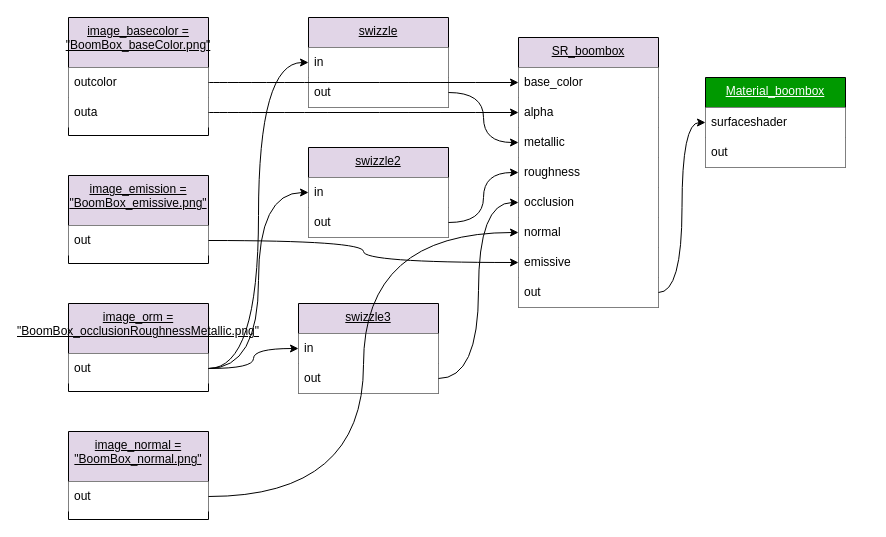
kwokcb/MaterialX_Learn keeps this draw.io diagram as resources/Materials/Examples/GltfPbr/gltf_pbr_boombox.drawio. Above is the earlier version. Source tidied: cells renumbered, new cells numbered last; positions are measured from the earlier drawing's top-left corner, leaving out a move shared by most shapes. Both pictures are drawn from the tidied source at 100%, with x=0, y=0 at pixel (68, 17).
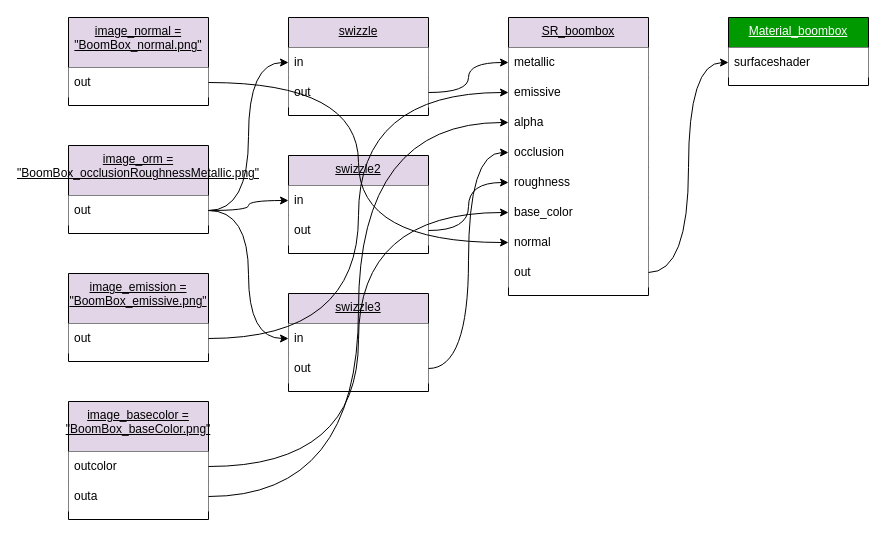
The same diagram, later.

The edit, as a diff of the source:
```diff
@@
     <mxCell id="2" value="image_basecolor = &quot;BoomBox_baseColor.png&quot;" style="swimlane;fontColor=#000;fillColor=#e1d5e7;fontStyle=4;align=center;verticalAlign=top;horizontal=1;startSize=50;html=1;whiteSpace=wrap;" parent="1" vertex="1">
-      <mxGeometry width="140" height="118" as="geometry" />
+      <mxGeometry y="384" width="140" height="118" as="geometry" />
     </mxCell>
@@
     <mxCell id="5" value="image_orm = &quot;BoomBox_occlusionRoughnessMetallic.png&quot;" style="swimlane;fontColor=#000;fillColor=#e1d5e7;fontStyle=4;align=center;verticalAlign=top;horizontal=1;startSize=50;html=1;whiteSpace=wrap;" parent="1" vertex="1">
-      <mxGeometry y="286" width="140" height="88" as="geometry" />
+      <mxGeometry y="128" width="140" height="88" as="geometry" />
     </mxCell>
-    <mxCell id="6" value="out" style="html=1;strokeColor=none;fontColor=#000;fillColor=#FFF;align=left;verticalAlign=middle;spacingLeft=4;spacingRight=4;points=[[0,0.5],[1,0.5]];whiteSpace=wrap;" parent="5" vertex="1">
-      <mxGeometry y="50" width="140" height="30" as="geometry" />
-    </mxCell>
+    <mxCell id="43" value="out" style="html=1;strokeColor=none;fontColor=#000;fillColor=#FFF;align=left;verticalAlign=middle;spacingLeft=4;spacingRight=4;points=[[0,0.5],[1,0.5]];whiteSpace=wrap;" parent="5" vertex="1">
+      <mxGeometry y="50" width="140" height="30" as="geometry" />
+    </mxCell>
     <mxCell id="7" value="image_normal = &quot;BoomBox_normal.png&quot;" style="swimlane;fontColor=#000;fillColor=#e1d5e7;fontStyle=4;align=center;verticalAlign=top;horizontal=1;startSize=50;html=1;whiteSpace=wrap;" parent="1" vertex="1">
-      <mxGeometry y="414" width="140" height="88" as="geometry" />
+      <mxGeometry width="140" height="88" as="geometry" />
     </mxCell>
-    <mxCell id="8" value="out" style="html=1;strokeColor=none;fontColor=#000;fillColor=#FFF;align=left;verticalAlign=middle;spacingLeft=4;spacingRight=4;points=[[0,0.5],[1,0.5]];whiteSpace=wrap;" parent="7" vertex="1">
-      <mxGeometry y="50" width="140" height="30" as="geometry" />
-    </mxCell>
+    <mxCell id="44" value="out" style="html=1;strokeColor=none;fontColor=#000;fillColor=#FFF;align=left;verticalAlign=middle;spacingLeft=4;spacingRight=4;points=[[0,0.5],[1,0.5]];whiteSpace=wrap;" parent="7" vertex="1">
+      <mxGeometry y="50" width="140" height="30" as="geometry" />
+    </mxCell>
     <mxCell id="9" value="image_emission = &quot;BoomBox_emissive.png&quot;" style="swimlane;fontColor=#000;fillColor=#e1d5e7;fontStyle=4;align=center;verticalAlign=top;horizontal=1;startSize=50;html=1;whiteSpace=wrap;" parent="1" vertex="1">
-      <mxGeometry y="158" width="140" height="88" as="geometry" />
+      <mxGeometry y="256" width="140" height="88" as="geometry" />
     </mxCell>
-    <mxCell id="10" value="out" style="html=1;strokeColor=none;fontColor=#000;fillColor=#FFF;align=left;verticalAlign=middle;spacingLeft=4;spacingRight=4;points=[[0,0.5],[1,0.5]];whiteSpace=wrap;" parent="9" vertex="1">
-      <mxGeometry y="50" width="140" height="30" as="geometry" />
-    </mxCell>
+    <mxCell id="45" value="out" style="html=1;strokeColor=none;fontColor=#000;fillColor=#FFF;align=left;verticalAlign=middle;spacingLeft=4;spacingRight=4;points=[[0,0.5],[1,0.5]];whiteSpace=wrap;" parent="9" vertex="1">
+      <mxGeometry y="50" width="140" height="30" as="geometry" />
+    </mxCell>
     <mxCell id="11" value="swizzle" style="swimlane;fontColor=#000;fillColor=#e1d5e7;fontStyle=4;align=center;verticalAlign=top;horizontal=1;startSize=30;html=1;whiteSpace=wrap;" parent="1" vertex="1">
-      <mxGeometry x="240" width="140" height="90" as="geometry" />
+      <mxGeometry x="220" width="140" height="98" as="geometry" />
     </mxCell>
-    <mxCell id="12" value="in" style="html=1;strokeColor=none;fontColor=#000;fillColor=#FFF;align=left;verticalAlign=middle;spacingLeft=4;spacingRight=4;points=[[0,0.5],[1,0.5]];whiteSpace=wrap;" parent="11" vertex="1">
-      <mxGeometry y="30" width="140" height="30" as="geometry" />
-    </mxCell>
-    <mxCell id="13" value="out" style="html=1;strokeColor=none;fontColor=#000;fillColor=#FFF;align=left;verticalAlign=middle;spacingLeft=4;spacingRight=4;points=[[0,0.5],[1,0.5]];whiteSpace=wrap;" parent="11" vertex="1">
-      <mxGeometry y="60" width="140" height="30" as="geometry" />
-    </mxCell>
+    <mxCell id="46" value="in" style="html=1;strokeColor=none;fontColor=#000;fillColor=#FFF;align=left;verticalAlign=middle;spacingLeft=4;spacingRight=4;points=[[0,0.5],[1,0.5]];whiteSpace=wrap;" parent="11" vertex="1">
+      <mxGeometry y="30" width="140" height="30" as="geometry" />
+    </mxCell>
+    <mxCell id="47" value="out" style="html=1;strokeColor=none;fontColor=#000;fillColor=#FFF;align=left;verticalAlign=middle;spacingLeft=4;spacingRight=4;points=[[0,0.5],[1,0.5]];whiteSpace=wrap;" parent="11" vertex="1">
+      <mxGeometry y="60" width="140" height="30" as="geometry" />
+    </mxCell>
     <mxCell id="14" value="swizzle2" style="swimlane;fontColor=#000;fillColor=#e1d5e7;fontStyle=4;align=center;verticalAlign=top;horizontal=1;startSize=30;html=1;whiteSpace=wrap;" parent="1" vertex="1">
-      <mxGeometry x="240" y="130" width="140" height="90" as="geometry" />
+      <mxGeometry x="220" y="138" width="140" height="98" as="geometry" />
     </mxCell>
-    <mxCell id="15" value="in" style="html=1;strokeColor=none;fontColor=#000;fillColor=#FFF;align=left;verticalAlign=middle;spacingLeft=4;spacingRight=4;points=[[0,0.5],[1,0.5]];whiteSpace=wrap;" parent="14" vertex="1">
-      <mxGeometry y="30" width="140" height="30" as="geometry" />
-    </mxCell>
-    <mxCell id="16" value="out" style="html=1;strokeColor=none;fontColor=#000;fillColor=#FFF;align=left;verticalAlign=middle;spacingLeft=4;spacingRight=4;points=[[0,0.5],[1,0.5]];whiteSpace=wrap;" parent="14" vertex="1">
-      <mxGeometry y="60" width="140" height="30" as="geometry" />
-    </mxCell>
+    <mxCell id="48" value="in" style="html=1;strokeColor=none;fontColor=#000;fillColor=#FFF;align=left;verticalAlign=middle;spacingLeft=4;spacingRight=4;points=[[0,0.5],[1,0.5]];whiteSpace=wrap;" parent="14" vertex="1">
+      <mxGeometry y="30" width="140" height="30" as="geometry" />
+    </mxCell>
+    <mxCell id="49" value="out" style="html=1;strokeColor=none;fontColor=#000;fillColor=#FFF;align=left;verticalAlign=middle;spacingLeft=4;spacingRight=4;points=[[0,0.5],[1,0.5]];whiteSpace=wrap;" parent="14" vertex="1">
+      <mxGeometry y="60" width="140" height="30" as="geometry" />
+    </mxCell>
     <mxCell id="17" value="swizzle3" style="swimlane;fontColor=#000;fillColor=#e1d5e7;fontStyle=4;align=center;verticalAlign=top;horizontal=1;startSize=30;html=1;whiteSpace=wrap;" parent="1" vertex="1">
-      <mxGeometry x="230" y="286" width="140" height="90" as="geometry" />
+      <mxGeometry x="220" y="276" width="140" height="98" as="geometry" />
     </mxCell>
-    <mxCell id="18" value="in" style="html=1;strokeColor=none;fontColor=#000;fillColor=#FFF;align=left;verticalAlign=middle;spacingLeft=4;spacingRight=4;points=[[0,0.5],[1,0.5]];whiteSpace=wrap;" parent="17" vertex="1">
-      <mxGeometry y="30" width="140" height="30" as="geometry" />
-    </mxCell>
-    <mxCell id="19" value="out" style="html=1;strokeColor=none;fontColor=#000;fillColor=#FFF;align=left;verticalAlign=middle;spacingLeft=4;spacingRight=4;points=[[0,0.5],[1,0.5]];whiteSpace=wrap;" parent="17" vertex="1">
-      <mxGeometry y="60" width="140" height="30" as="geometry" />
-    </mxCell>
+    <mxCell id="50" value="in" style="html=1;strokeColor=none;fontColor=#000;fillColor=#FFF;align=left;verticalAlign=middle;spacingLeft=4;spacingRight=4;points=[[0,0.5],[1,0.5]];whiteSpace=wrap;" parent="17" vertex="1">
+      <mxGeometry y="30" width="140" height="30" as="geometry" />
+    </mxCell>
+    <mxCell id="51" value="out" style="html=1;strokeColor=none;fontColor=#000;fillColor=#FFF;align=left;verticalAlign=middle;spacingLeft=4;spacingRight=4;points=[[0,0.5],[1,0.5]];whiteSpace=wrap;" parent="17" vertex="1">
+      <mxGeometry y="60" width="140" height="30" as="geometry" />
+    </mxCell>
     <mxCell id="20" value="SR_boombox" style="swimlane;fontColor=#000;fillColor=#e1d5e7;fontStyle=4;align=center;verticalAlign=top;horizontal=1;startSize=30;html=1;whiteSpace=wrap;" parent="1" vertex="1">
-      <mxGeometry x="450" y="20" width="140" height="270" as="geometry" />
+      <mxGeometry x="440" width="140" height="278" as="geometry" />
     </mxCell>
+    <mxCell id="23" value="metallic" style="html=1;strokeColor=none;fontColor=#000;fillColor=#FFF;align=left;verticalAlign=middle;spacingLeft=4;spacingRight=4;points=[[0,0.5],[1,0.5]];whiteSpace=wrap;" parent="20" vertex="1">
+      <mxGeometry y="30" width="140" height="30" as="geometry" />
+    </mxCell>
+    <mxCell id="27" value="emissive" style="html=1;strokeColor=none;fontColor=#000;fillColor=#FFF;align=left;verticalAlign=middle;spacingLeft=4;spacingRight=4;points=[[0,0.5],[1,0.5]];whiteSpace=wrap;" parent="20" vertex="1">
+      <mxGeometry y="60" width="140" height="30" as="geometry" />
+    </mxCell>
+    <mxCell id="22" value="alpha" style="html=1;strokeColor=none;fontColor=#000;fillColor=#FFF;align=left;verticalAlign=middle;spacingLeft=4;spacingRight=4;points=[[0,0.5],[1,0.5]];whiteSpace=wrap;" parent="20" vertex="1">
+      <mxGeometry y="90" width="140" height="30" as="geometry" />
+    </mxCell>
+    <mxCell id="25" value="occlusion" style="html=1;strokeColor=none;fontColor=#000;fillColor=#FFF;align=left;verticalAlign=middle;spacingLeft=4;spacingRight=4;points=[[0,0.5],[1,0.5]];whiteSpace=wrap;" parent="20" vertex="1">
+      <mxGeometry y="120" width="140" height="30" as="geometry" />
+    </mxCell>
+    <mxCell id="24" value="roughness" style="html=1;strokeColor=none;fontColor=#000;fillColor=#FFF;align=left;verticalAlign=middle;spacingLeft=4;spacingRight=4;points=[[0,0.5],[1,0.5]];whiteSpace=wrap;" parent="20" vertex="1">
+      <mxGeometry y="150" width="140" height="30" as="geometry" />
+    </mxCell>
     <mxCell id="21" value="base_color" style="html=1;strokeColor=none;fontColor=#000;fillColor=#FFF;align=left;verticalAlign=middle;spacingLeft=4;spacingRight=4;points=[[0,0.5],[1,0.5]];whiteSpace=wrap;" parent="20" vertex="1">
-      <mxGeometry y="30" width="140" height="30" as="geometry" />
+      <mxGeometry y="180" width="140" height="30" as="geometry" />
     </mxCell>
-    <mxCell id="22" value="alpha" style="html=1;strokeColor=none;fontColor=#000;fillColor=#FFF;align=left;verticalAlign=middle;spacingLeft=4;spacingRight=4;points=[[0,0.5],[1,0.5]];whiteSpace=wrap;" parent="20" vertex="1">
-      <mxGeometry y="60" width="140" height="30" as="geometry" />
-    </mxCell>
-    <mxCell id="23" value="metallic" style="html=1;strokeColor=none;fontColor=#000;fillColor=#FFF;align=left;verticalAlign=middle;spacingLeft=4;spacingRight=4;points=[[0,0.5],[1,0.5]];whiteSpace=wrap;" parent="20" vertex="1">
-      <mxGeometry y="90" width="140" height="30" as="geometry" />
-    </mxCell>
-    <mxCell id="24" value="roughness" style="html=1;strokeColor=none;fontColor=#000;fillColor=#FFF;align=left;verticalAlign=middle;spacingLeft=4;spacingRight=4;points=[[0,0.5],[1,0.5]];whiteSpace=wrap;" parent="20" vertex="1">
-      <mxGeometry y="120" width="140" height="30" as="geometry" />
-    </mxCell>
-    <mxCell id="25" value="occlusion" style="html=1;strokeColor=none;fontColor=#000;fillColor=#FFF;align=left;verticalAlign=middle;spacingLeft=4;spacingRight=4;points=[[0,0.5],[1,0.5]];whiteSpace=wrap;" parent="20" vertex="1">
-      <mxGeometry y="150" width="140" height="30" as="geometry" />
-    </mxCell>
     <mxCell id="26" value="normal" style="html=1;strokeColor=none;fontColor=#000;fillColor=#FFF;align=left;verticalAlign=middle;spacingLeft=4;spacingRight=4;points=[[0,0.5],[1,0.5]];whiteSpace=wrap;" parent="20" vertex="1">
-      <mxGeometry y="180" width="140" height="30" as="geometry" />
+      <mxGeometry y="210" width="140" height="30" as="geometry" />
     </mxCell>
-    <mxCell id="27" value="emissive" style="html=1;strokeColor=none;fontColor=#000;fillColor=#FFF;align=left;verticalAlign=middle;spacingLeft=4;spacingRight=4;points=[[0,0.5],[1,0.5]];whiteSpace=wrap;" parent="20" vertex="1">
-      <mxGeometry y="210" width="140" height="30" as="geometry" />
-    </mxCell>
@@
     <mxCell id="29" value="Material_boombox" style="swimlane;fontColor=#FFF;fillColor=#090;fontStyle=4;align=center;verticalAlign=top;horizontal=1;startSize=30;html=1;whiteSpace=wrap;" parent="1" vertex="1">
-      <mxGeometry x="637" y="60" width="140" height="90" as="geometry" />
+      <mxGeometry x="660" width="140" height="68" as="geometry" />
     </mxCell>
@@
-    <mxCell id="31" value="out" style="html=1;strokeColor=none;fontColor=#000;fillColor=#FFF;align=left;verticalAlign=middle;spacingLeft=4;spacingRight=4;whiteSpace=wrap;" parent="29" vertex="1">
-      <mxGeometry y="60" width="140" height="30" as="geometry" />
-    </mxCell>
-    <mxCell id="32" style="edgeStyle=orthogonalEdgeStyle;html=1;entryX=0;entryY=0.5;entryDx=0;entryDy=0;curved=1;" parent="1" edge="1" source="6" target="12">
+    <mxCell id="32" style="edgeStyle=orthogonalEdgeStyle;html=1;entryX=0;entryY=0.5;entryDx=0;entryDy=0;curved=1;" parent="1" edge="1" source="43" target="46">
       <mxGeometry relative="1" as="geometry" />
     </mxCell>
-    <mxCell id="33" style="edgeStyle=orthogonalEdgeStyle;html=1;entryX=0;entryY=0.5;entryDx=0;entryDy=0;curved=1;" parent="1" edge="1" source="6" target="15">
+    <mxCell id="33" style="edgeStyle=orthogonalEdgeStyle;html=1;entryX=0;entryY=0.5;entryDx=0;entryDy=0;curved=1;" parent="1" edge="1" source="43" target="48">
       <mxGeometry relative="1" as="geometry" />
     </mxCell>
-    <mxCell id="34" style="edgeStyle=orthogonalEdgeStyle;html=1;entryX=0;entryY=0.5;entryDx=0;entryDy=0;curved=1;" parent="1" edge="1" source="6" target="18">
+    <mxCell id="34" style="edgeStyle=orthogonalEdgeStyle;html=1;entryX=0;entryY=0.5;entryDx=0;entryDy=0;curved=1;" parent="1" edge="1" source="43" target="50">
       <mxGeometry relative="1" as="geometry" />
     </mxCell>
@@
-    <mxCell id="37" style="edgeStyle=orthogonalEdgeStyle;html=1;entryX=0;entryY=0.5;entryDx=0;entryDy=0;curved=1;" parent="1" edge="1" source="13" target="23">
+    <mxCell id="37" style="edgeStyle=orthogonalEdgeStyle;html=1;entryX=0;entryY=0.5;entryDx=0;entryDy=0;curved=1;" parent="1" edge="1" source="47" target="23">
       <mxGeometry relative="1" as="geometry" />
     </mxCell>
-    <mxCell id="38" style="edgeStyle=orthogonalEdgeStyle;html=1;entryX=0;entryY=0.5;entryDx=0;entryDy=0;curved=1;" parent="1" edge="1" source="16" target="24">
+    <mxCell id="38" style="edgeStyle=orthogonalEdgeStyle;html=1;entryX=0;entryY=0.5;entryDx=0;entryDy=0;curved=1;" parent="1" edge="1" source="49" target="24">
       <mxGeometry relative="1" as="geometry" />
     </mxCell>
-    <mxCell id="39" style="edgeStyle=orthogonalEdgeStyle;html=1;entryX=0;entryY=0.5;entryDx=0;entryDy=0;curved=1;" parent="1" edge="1" source="19" target="25">
+    <mxCell id="39" style="edgeStyle=orthogonalEdgeStyle;html=1;entryX=0;entryY=0.5;entryDx=0;entryDy=0;curved=1;" parent="1" edge="1" source="51" target="25">
       <mxGeometry relative="1" as="geometry" />
     </mxCell>
-    <mxCell id="40" style="edgeStyle=orthogonalEdgeStyle;html=1;entryX=0;entryY=0.5;entryDx=0;entryDy=0;curved=1;" parent="1" edge="1" source="8" target="26">
+    <mxCell id="40" style="edgeStyle=orthogonalEdgeStyle;html=1;entryX=0;entryY=0.5;entryDx=0;entryDy=0;curved=1;" parent="1" edge="1" source="44" target="26">
       <mxGeometry relative="1" as="geometry" />
     </mxCell>
-    <mxCell id="41" style="edgeStyle=orthogonalEdgeStyle;html=1;entryX=0;entryY=0.5;entryDx=0;entryDy=0;curved=1;" parent="1" edge="1" source="10" target="27">
+    <mxCell id="41" style="edgeStyle=orthogonalEdgeStyle;html=1;entryX=0;entryY=0.5;entryDx=0;entryDy=0;curved=1;" parent="1" edge="1" source="45" target="27">
       <mxGeometry relative="1" as="geometry" />
     </mxCell>
```
